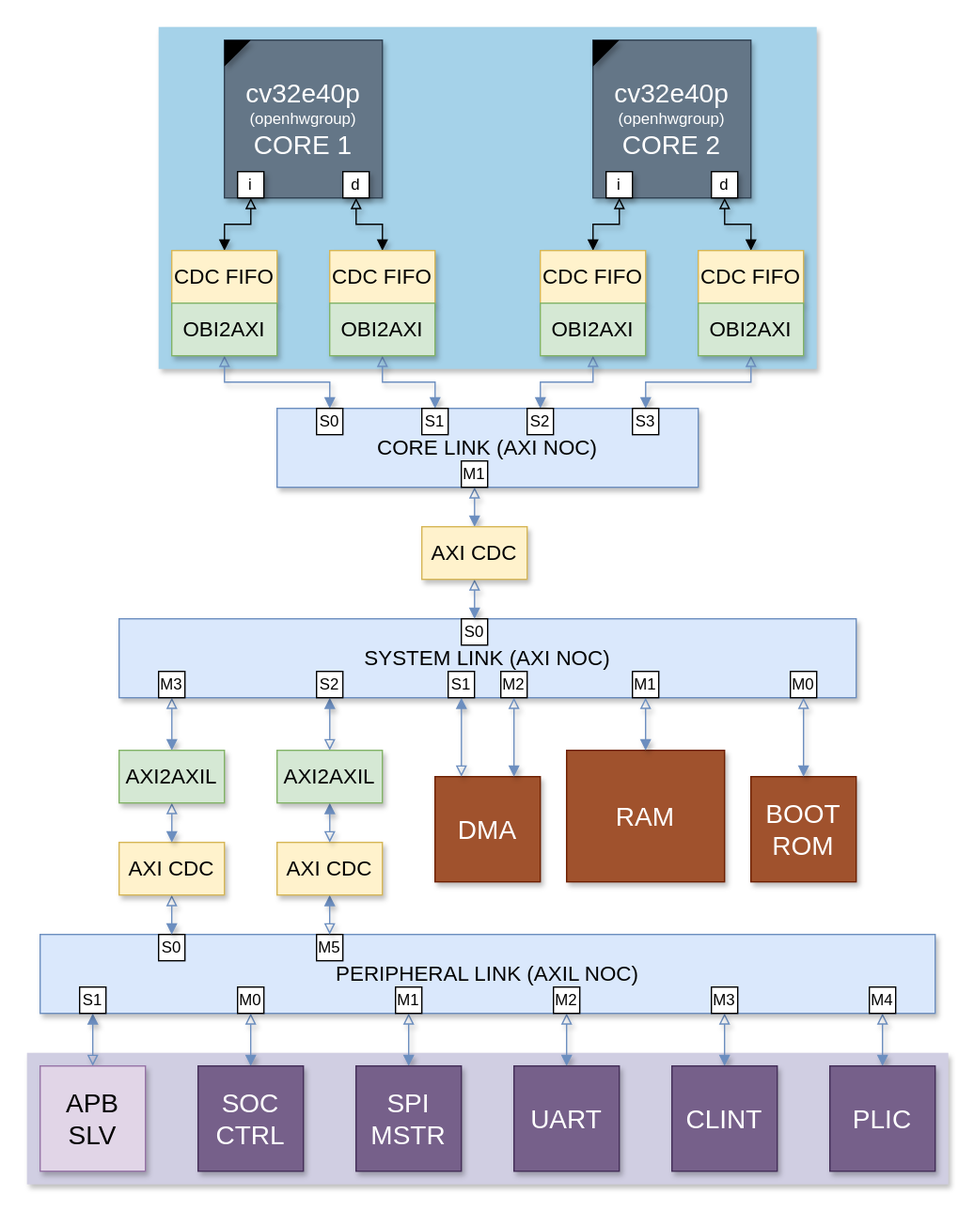
The draw.io diagram document/svg/dual_helix_noc_indexes.svg in DSi-VLSI/dual-helix-soc, before a commit. Source tidied: cells renumbered, new cells last; positions are measured from the earlier drawing's top-left corner, leaving out a move shared by most shapes.
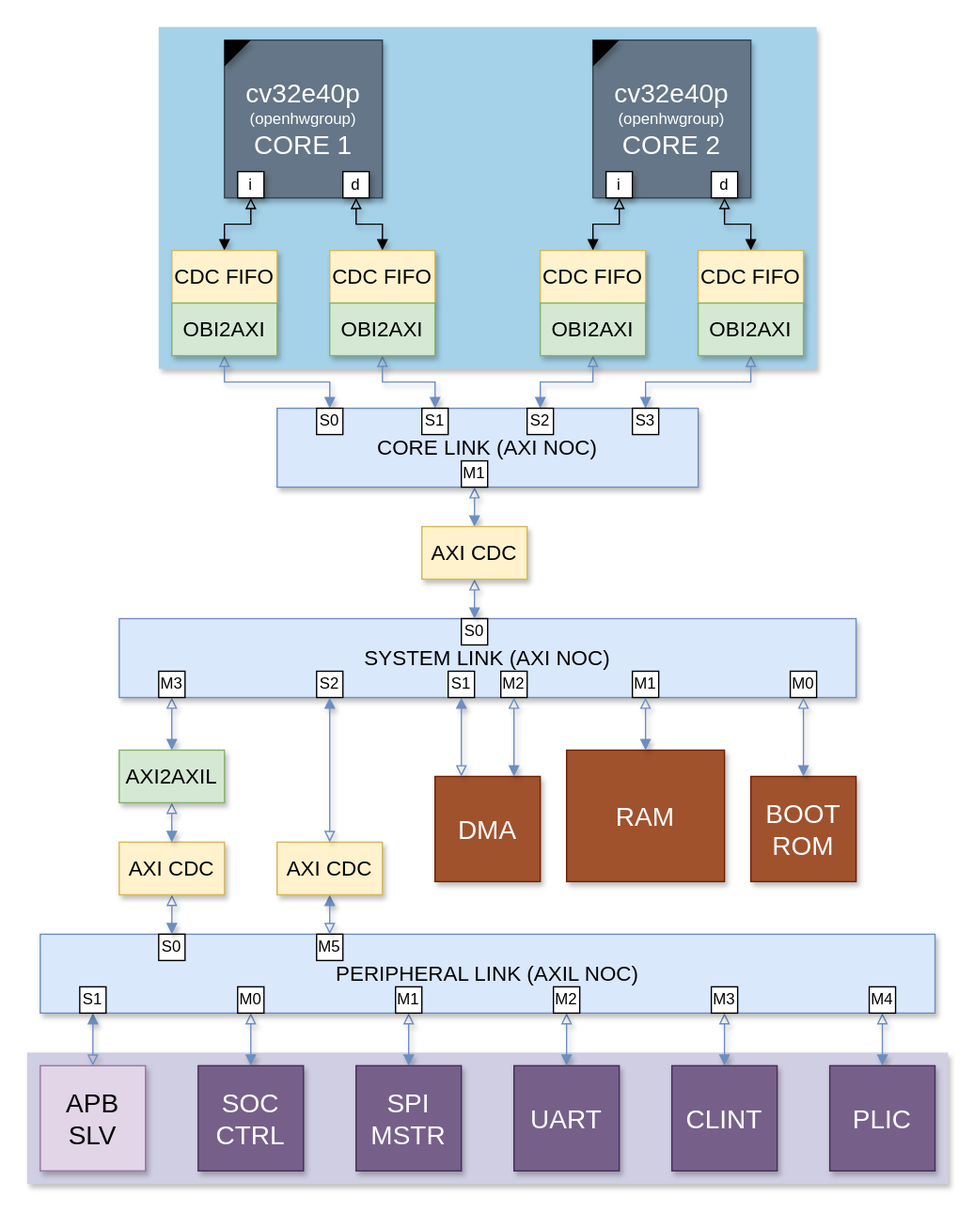
The same file after the commit.

Change to the diagram source:
```diff
@@ -136,14 +136,6 @@
         </Array>
       </mxGeometry>
     </mxCell>
-    <mxCell id="30" style="edgeStyle=orthogonalEdgeStyle;rounded=0;jettySize=auto;html=1;endArrow=block;endFill=0;startArrow=block;startFill=1;fillColor=#dae8fc;strokeColor=#6c8ebf;shadow=1;" parent="1" edge="1" source="31" target="83">
-      <mxGeometry relative="1" as="geometry">
-        <Array as="points">
-          <mxPoint x="250" y="540" />
-          <mxPoint x="250" y="540" />
-        </Array>
-      </mxGeometry>
-    </mxCell>
     <mxCell id="31" value="&lt;font style=&quot;font-size: 16px;&quot;&gt;SYSTEM LINK (AXI NOC)&lt;/font&gt;" style="rounded=0;whiteSpace=wrap;html=1;shadow=1;fillColor=#dae8fc;strokeColor=#6c8ebf;" parent="1" vertex="1">
       <mxGeometry x="90" y="470" width="560" height="60" as="geometry" />
     </mxCell>
@@ -317,11 +309,8 @@
     <mxCell id="81" value="&lt;font style=&quot;font-size: 16px;&quot;&gt;AXI2AXIL&lt;/font&gt;" style="rounded=0;whiteSpace=wrap;html=1;shadow=1;fillColor=#d5e8d4;strokeColor=#82b366;" parent="1" vertex="1">
       <mxGeometry x="90" y="570" width="80" height="40" as="geometry" />
     </mxCell>
-    <mxCell id="82" style="edgeStyle=orthogonalEdgeStyle;rounded=0;jettySize=auto;html=1;shadow=1;strokeColor=#6c8ebf;align=center;verticalAlign=middle;fontFamily=Helvetica;fontSize=11;fontColor=default;labelBackgroundColor=default;startArrow=block;startFill=0;endArrow=block;endFill=1;fillColor=#dae8fc;" parent="1" edge="1" source="79" target="83">
+    <mxCell id="82" style="edgeStyle=orthogonalEdgeStyle;rounded=0;jettySize=auto;html=1;shadow=1;strokeColor=#6c8ebf;align=center;verticalAlign=middle;fontFamily=Helvetica;fontSize=11;fontColor=default;labelBackgroundColor=default;startArrow=block;startFill=0;endArrow=block;endFill=1;fillColor=#dae8fc;" parent="1" edge="1" source="79" target="73">
       <mxGeometry relative="1" as="geometry" />
     </mxCell>
-    <mxCell id="83" value="&lt;font style=&quot;font-size: 16px;&quot;&gt;AXI2AXIL&lt;/font&gt;" style="rounded=0;whiteSpace=wrap;html=1;shadow=1;fillColor=#d5e8d4;strokeColor=#82b366;" parent="1" vertex="1">
-      <mxGeometry x="210" y="570" width="80" height="40" as="geometry" />
-    </mxCell>
   </root>
 </mxGraphModel>
```
